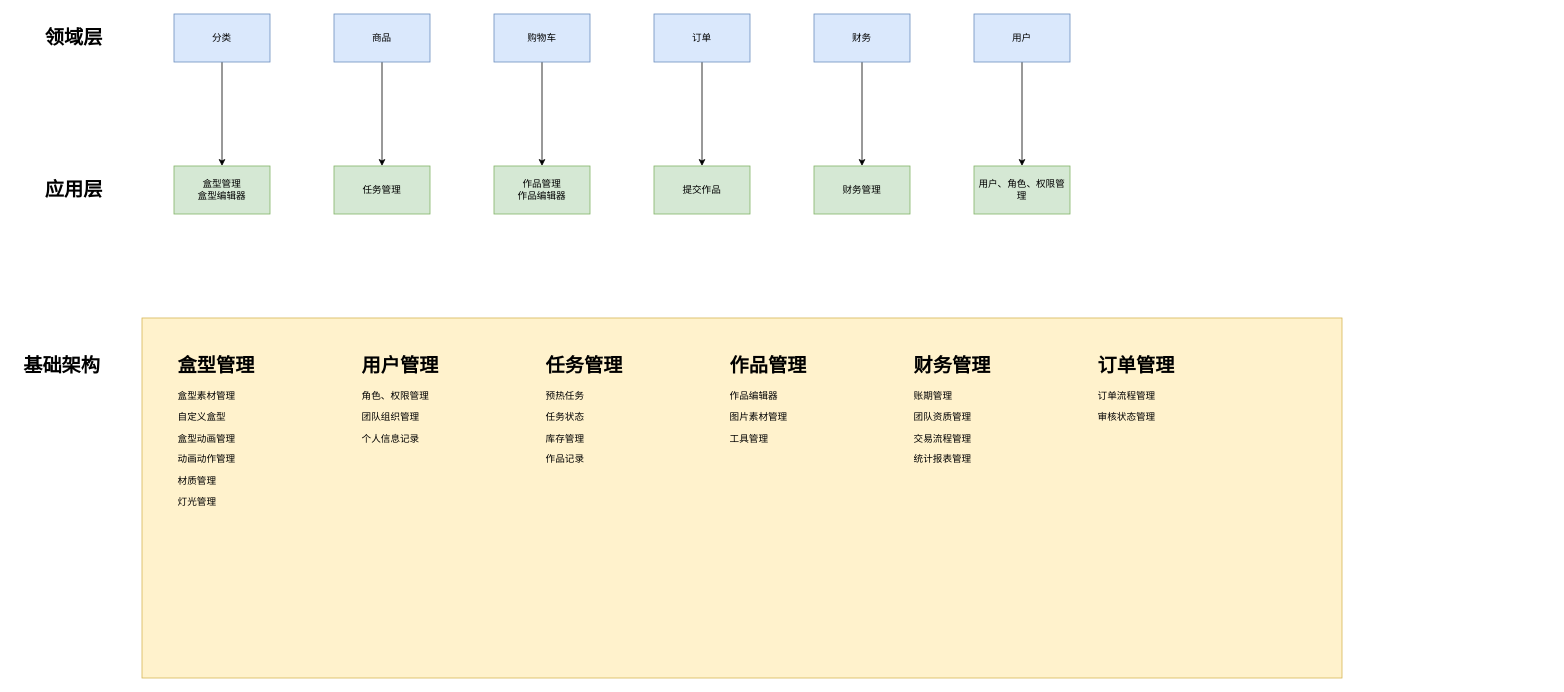
Earlier version of the draw.io diagram 未命名绘图.drawio (zhonggu/drawio). Source tidied: cells renumbered, new cells numbered last; positions are measured from the earlier drawing's top-left corner, leaving out a move shared by most shapes. Both pictures are drawn from the tidied source at 80%, with x=0, y=0 at pixel (14, 14).
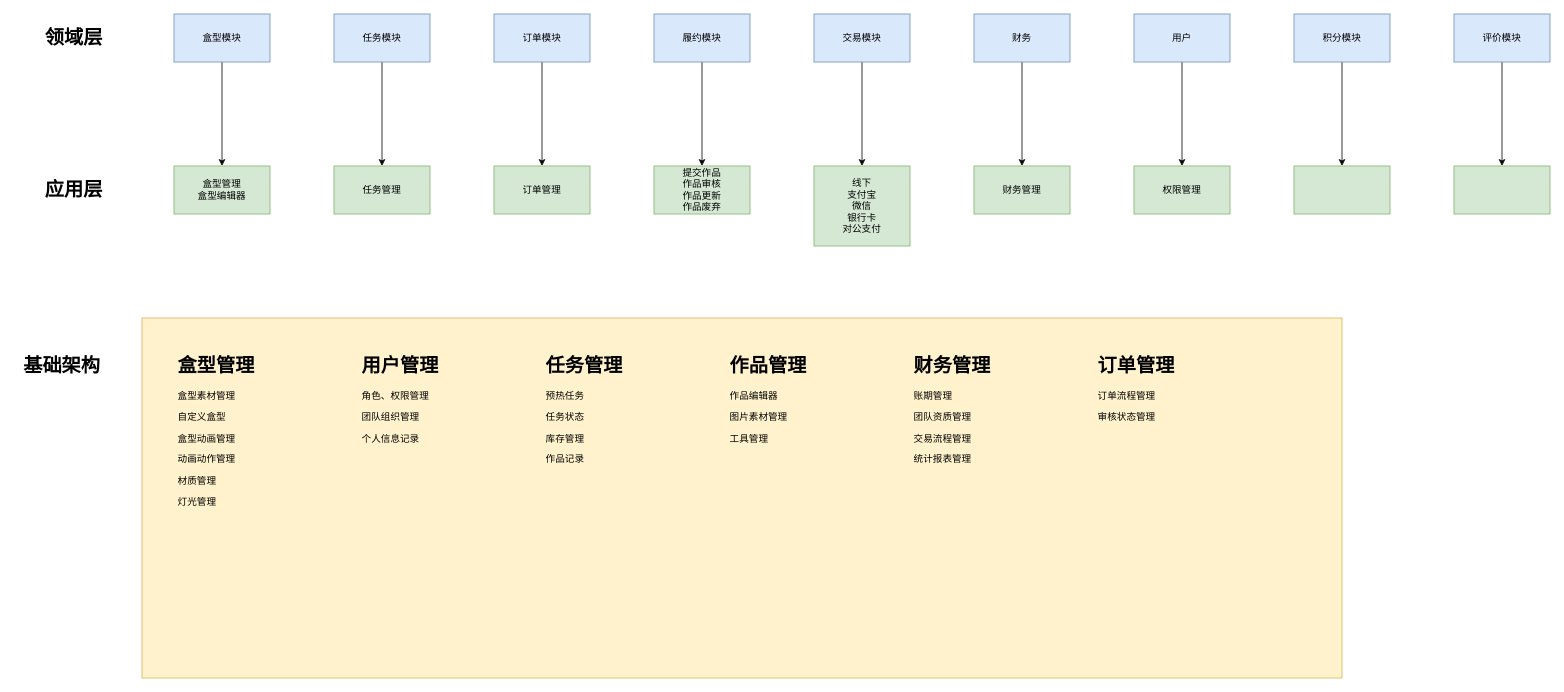
Above is the later version.

Commit message:
更新未命名绘图.drawio

The edit, as a diff of the source:
```diff
@@
-    <mxCell id="6" value="商品" style="rounded=0;whiteSpace=wrap;html=1;fillColor=#dae8fc;strokeColor=#6c8ebf;" parent="1" vertex="1">
+    <mxCell id="6" value="任务模块" style="rounded=0;whiteSpace=wrap;html=1;fillColor=#dae8fc;strokeColor=#6c8ebf;" parent="1" vertex="1">
       <mxGeometry x="400" width="120" height="60" as="geometry" />
     </mxCell>
@@
-    <mxCell id="8" value="订单" style="rounded=0;whiteSpace=wrap;html=1;fillColor=#dae8fc;strokeColor=#6c8ebf;" parent="1" vertex="1">
-      <mxGeometry x="800" width="120" height="60" as="geometry" />
+    <mxCell id="8" value="订单模块" style="rounded=0;whiteSpace=wrap;html=1;fillColor=#dae8fc;strokeColor=#6c8ebf;" parent="1" vertex="1">
+      <mxGeometry x="600" width="120" height="60" as="geometry" />
     </mxCell>
@@
     <mxCell id="10" value="财务" style="rounded=0;whiteSpace=wrap;html=1;fillColor=#dae8fc;strokeColor=#6c8ebf;" parent="1" vertex="1">
-      <mxGeometry x="1000" width="120" height="60" as="geometry" />
+      <mxGeometry x="1200" width="120" height="60" as="geometry" />
     </mxCell>
@@
     <mxCell id="12" value="用户" style="rounded=0;whiteSpace=wrap;html=1;fillColor=#dae8fc;strokeColor=#6c8ebf;" parent="1" vertex="1">
-      <mxGeometry x="1200" width="120" height="60" as="geometry" />
+      <mxGeometry x="1400" width="120" height="60" as="geometry" />
     </mxCell>
@@
-    <mxCell id="14" value="分类" style="rounded=0;whiteSpace=wrap;html=1;fillColor=#dae8fc;strokeColor=#6c8ebf;" parent="1" vertex="1">
+    <mxCell id="14" value="盒型模块" style="rounded=0;whiteSpace=wrap;html=1;fillColor=#dae8fc;strokeColor=#6c8ebf;" parent="1" vertex="1">
       <mxGeometry x="200" width="120" height="60" as="geometry" />
     </mxCell>
-    <mxCell id="15" value="提交作品" style="rounded=0;whiteSpace=wrap;html=1;fillColor=#d5e8d4;strokeColor=#82b366;" parent="1" vertex="1">
-      <mxGeometry x="800" y="190" width="120" height="60" as="geometry" />
+    <mxCell id="15" value="订单管理" style="rounded=0;whiteSpace=wrap;html=1;fillColor=#d5e8d4;strokeColor=#82b366;" parent="1" vertex="1">
+      <mxGeometry x="600" y="190" width="120" height="60" as="geometry" />
     </mxCell>
     <mxCell id="16" value="财务管理" style="rounded=0;whiteSpace=wrap;html=1;fillColor=#d5e8d4;strokeColor=#82b366;" parent="1" vertex="1">
-      <mxGeometry x="1000" y="190" width="120" height="60" as="geometry" />
+      <mxGeometry x="1200" y="190" width="120" height="60" as="geometry" />
     </mxCell>
-    <mxCell id="17" value="用户、角色、权限管理" style="rounded=0;whiteSpace=wrap;html=1;fillColor=#d5e8d4;strokeColor=#82b366;" parent="1" vertex="1">
-      <mxGeometry x="1200" y="190" width="120" height="60" as="geometry" />
+    <mxCell id="17" value="权限管理" style="rounded=0;whiteSpace=wrap;html=1;fillColor=#d5e8d4;strokeColor=#82b366;" parent="1" vertex="1">
+      <mxGeometry x="1400" y="190" width="120" height="60" as="geometry" />
     </mxCell>
@@
-    <mxCell id="20" value="购物车" style="rounded=0;whiteSpace=wrap;html=1;fillColor=#dae8fc;strokeColor=#6c8ebf;" parent="1" vertex="1">
-      <mxGeometry x="600" width="120" height="60" as="geometry" />
+    <mxCell id="20" value="交易模块" style="rounded=0;whiteSpace=wrap;html=1;fillColor=#dae8fc;strokeColor=#6c8ebf;" parent="1" vertex="1">
+      <mxGeometry x="1000" width="120" height="60" as="geometry" />
     </mxCell>
-    <mxCell id="21" value="作品管理&lt;br&gt;作品编辑器" style="rounded=0;whiteSpace=wrap;html=1;fillColor=#d5e8d4;strokeColor=#82b366;" parent="1" vertex="1">
-      <mxGeometry x="600" y="190" width="120" height="60" as="geometry" />
+    <mxCell id="21" value="线下&lt;br&gt;支付宝&lt;br&gt;微信&lt;br&gt;银行卡&lt;br&gt;对公支付" style="rounded=0;whiteSpace=wrap;html=1;fillColor=#d5e8d4;strokeColor=#82b366;" parent="1" vertex="1">
+      <mxGeometry x="1000" y="190" width="120" height="100" as="geometry" />
     </mxCell>
@@
+    <mxCell id="30" style="edgeStyle=orthogonalEdgeStyle;rounded=0;jettySize=auto;html=1;" parent="1" edge="1" source="31">
+      <mxGeometry relative="1" as="geometry">
+        <mxPoint x="860" y="190" as="targetPoint" />
+      </mxGeometry>
+    </mxCell>
+    <mxCell id="31" value="履约模块" style="rounded=0;whiteSpace=wrap;html=1;fillColor=#dae8fc;strokeColor=#6c8ebf;" parent="1" vertex="1">
+      <mxGeometry x="800" width="120" height="60" as="geometry" />
+    </mxCell>
+    <mxCell id="32" value="提交作品&lt;br&gt;作品审核&lt;br&gt;作品更新&lt;br&gt;作品废弃" style="rounded=0;whiteSpace=wrap;html=1;fillColor=#d5e8d4;strokeColor=#82b366;" parent="1" vertex="1">
+      <mxGeometry x="800" y="190" width="120" height="60" as="geometry" />
+    </mxCell>
+    <mxCell id="33" style="edgeStyle=orthogonalEdgeStyle;rounded=0;jettySize=auto;html=1;" parent="1" edge="1" source="34">
+      <mxGeometry relative="1" as="geometry">
+        <mxPoint x="1660" y="190" as="targetPoint" />
+      </mxGeometry>
+    </mxCell>
+    <mxCell id="34" value="积分模块" style="rounded=0;whiteSpace=wrap;html=1;fillColor=#dae8fc;strokeColor=#6c8ebf;" parent="1" vertex="1">
+      <mxGeometry x="1600" width="120" height="60" as="geometry" />
+    </mxCell>
+    <mxCell id="35" style="rounded=0;whiteSpace=wrap;html=1;fillColor=#d5e8d4;strokeColor=#82b366;" parent="1" vertex="1">
+      <mxGeometry x="1600" y="190" width="120" height="60" as="geometry" />
+    </mxCell>
+    <mxCell id="36" style="edgeStyle=orthogonalEdgeStyle;rounded=0;jettySize=auto;html=1;" parent="1" edge="1" source="37">
+      <mxGeometry relative="1" as="geometry">
+        <mxPoint x="1860" y="190" as="targetPoint" />
+      </mxGeometry>
+    </mxCell>
+    <mxCell id="37" value="评价模块" style="rounded=0;whiteSpace=wrap;html=1;fillColor=#dae8fc;strokeColor=#6c8ebf;" parent="1" vertex="1">
+      <mxGeometry x="1800" width="120" height="60" as="geometry" />
+    </mxCell>
+    <mxCell id="38" style="rounded=0;whiteSpace=wrap;html=1;fillColor=#d5e8d4;strokeColor=#82b366;" parent="1" vertex="1">
+      <mxGeometry x="1800" y="190" width="120" height="60" as="geometry" />
+    </mxCell>
```
